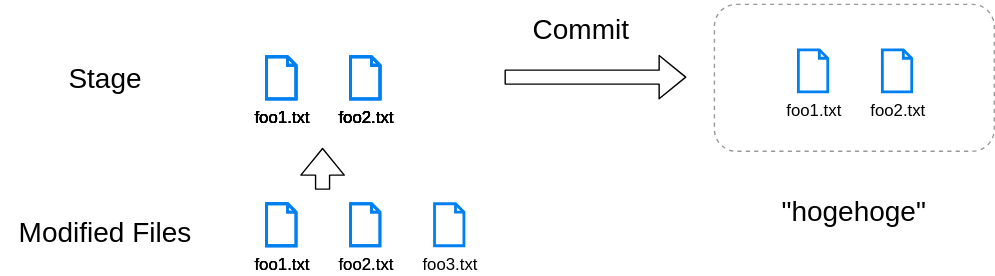
This is slidev/drawio/wf_commit.svg from kazuyanagimoto/github-workshop, a draw.io export, as it was before one commit. Source tidied: cells renumbered, new cells last; positions are measured from the earlier drawing's top-left corner, leaving out a move shared by most shapes.
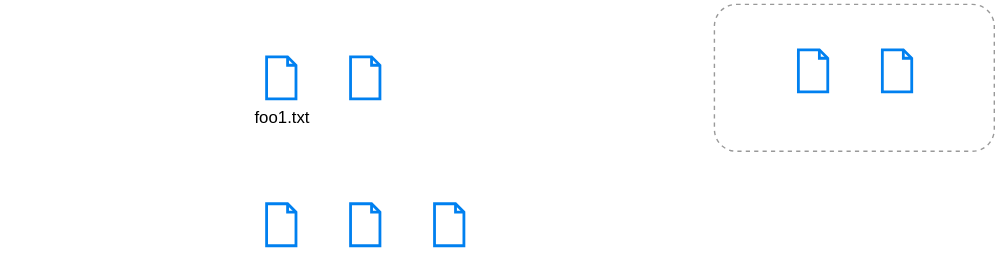
Later version of the same file.

Diff of the diagram source:
```diff
@@ -2,89 +2,53 @@
   <root>
     <mxCell id="0" />
     <mxCell id="1" parent="0" />
-    <mxCell id="2" value="foo1.txt" style="html=1;verticalLabelPosition=bottom;align=center;labelBackgroundColor=none;verticalAlign=top;strokeWidth=2;strokeColor=#0080F0;shadow=0;dashed=0;shape=mxgraph.ios7.icons.document;" parent="1" vertex="1">
-      <mxGeometry x="190" y="145" width="21" height="30" as="geometry" />
-    </mxCell>
-    <mxCell id="3" value="foo2.txt" style="html=1;verticalLabelPosition=bottom;align=center;labelBackgroundColor=none;verticalAlign=top;strokeWidth=2;strokeColor=#0080F0;shadow=0;dashed=0;shape=mxgraph.ios7.icons.document;" parent="1" vertex="1">
-      <mxGeometry x="250" y="145" width="21" height="30" as="geometry" />
-    </mxCell>
-    <mxCell id="4" value="foo3.txt" style="html=1;verticalLabelPosition=bottom;align=center;labelBackgroundColor=none;verticalAlign=top;strokeWidth=2;strokeColor=#0080F0;shadow=0;dashed=0;shape=mxgraph.ios7.icons.document;fillColor=none;" parent="1" vertex="1">
+    <mxCell id="4" value="foo3.txt" style="html=1;verticalLabelPosition=bottom;align=center;labelBackgroundColor=none;verticalAlign=top;strokeWidth=2;strokeColor=#0080F0;shadow=0;dashed=0;shape=mxgraph.ios7.icons.document;fillColor=none;fontColor=#FFFFFF;" parent="1" vertex="1">
       <mxGeometry x="310" y="145" width="21" height="30" as="geometry" />
     </mxCell>
-    <mxCell id="5" value="Modified Files" style="text;html=1;strokeColor=none;fillColor=none;align=center;verticalAlign=middle;whiteSpace=wrap;rounded=0;labelBackgroundColor=none;fontSize=20;" parent="1" vertex="1">
+    <mxCell id="5" value="Modified Files" style="text;html=1;strokeColor=none;fillColor=none;align=center;verticalAlign=middle;whiteSpace=wrap;rounded=0;labelBackgroundColor=none;fontSize=20;fontColor=#FFFFFF;" parent="1" vertex="1">
       <mxGeometry y="145" width="150" height="40" as="geometry" />
     </mxCell>
-    <mxCell id="6" value="Stage" style="text;html=1;strokeColor=none;fillColor=none;align=center;verticalAlign=middle;whiteSpace=wrap;rounded=0;labelBackgroundColor=none;fontSize=20;" parent="1" vertex="1">
+    <mxCell id="6" value="Stage" style="text;html=1;strokeColor=none;fillColor=none;align=center;verticalAlign=middle;whiteSpace=wrap;rounded=0;labelBackgroundColor=none;fontSize=20;fontColor=#FFFFFF;" parent="1" vertex="1">
       <mxGeometry y="35" width="150" height="40" as="geometry" />
     </mxCell>
-    <mxCell id="7" value="foo1.txt" style="html=1;verticalLabelPosition=bottom;align=center;labelBackgroundColor=none;verticalAlign=top;strokeWidth=2;strokeColor=#0080F0;shadow=0;dashed=0;shape=mxgraph.ios7.icons.document;" parent="1" vertex="1">
+    <mxCell id="7" value="foo1.txt" style="html=1;verticalLabelPosition=bottom;align=center;labelBackgroundColor=none;verticalAlign=top;strokeWidth=2;strokeColor=#0080F0;shadow=0;dashed=0;shape=mxgraph.ios7.icons.document;fillColor=none;" parent="1" vertex="1">
       <mxGeometry x="190" y="40" width="21" height="30" as="geometry" />
     </mxCell>
-    <mxCell id="8" value="foo2.txt" style="html=1;verticalLabelPosition=bottom;align=center;labelBackgroundColor=none;verticalAlign=top;strokeWidth=2;strokeColor=#0080F0;shadow=0;dashed=0;shape=mxgraph.ios7.icons.document;" parent="1" vertex="1">
-      <mxGeometry x="250" y="40" width="21" height="30" as="geometry" />
-    </mxCell>
-    <mxCell id="9" style="shape=flexArrow;endArrow=classic;html=1;fontSize=20;" parent="1" edge="1">
+    <mxCell id="9" style="shape=flexArrow;endArrow=classic;html=1;fontSize=20;strokeColor=#FFFFFF;strokeWidth=2;" parent="1" edge="1">
       <mxGeometry relative="1" as="geometry">
         <mxPoint x="230" y="135" as="sourcePoint" />
         <mxPoint x="230" y="105" as="targetPoint" />
       </mxGeometry>
     </mxCell>
-    <mxCell id="10" style="shape=flexArrow;endArrow=classic;html=1;fontSize=20;" parent="1" edge="1">
+    <mxCell id="10" style="shape=flexArrow;endArrow=classic;html=1;fontSize=20;strokeWidth=2;strokeColor=#FFFFFF;" parent="1" edge="1">
       <mxGeometry relative="1" as="geometry">
         <mxPoint x="360" y="54.5" as="sourcePoint" />
         <mxPoint x="490" y="54.5" as="targetPoint" />
       </mxGeometry>
     </mxCell>
-    <mxCell id="11" value="Commit" style="text;html=1;strokeColor=none;fillColor=none;align=center;verticalAlign=middle;whiteSpace=wrap;rounded=0;labelBackgroundColor=none;fontSize=20;" parent="1" vertex="1">
+    <mxCell id="11" value="Commit" style="text;html=1;strokeColor=none;fillColor=none;align=center;verticalAlign=middle;whiteSpace=wrap;rounded=0;labelBackgroundColor=none;fontSize=20;fontColor=#FFFFFF;" parent="1" vertex="1">
       <mxGeometry x="340" width="150" height="40" as="geometry" />
     </mxCell>
-    <mxCell id="12" value="foo1.txt" style="html=1;verticalLabelPosition=bottom;align=center;labelBackgroundColor=none;verticalAlign=top;strokeWidth=2;strokeColor=#0080F0;shadow=0;dashed=0;shape=mxgraph.ios7.icons.document;" parent="1" vertex="1">
+    <mxCell id="12" value="foo1.txt" style="html=1;verticalLabelPosition=bottom;align=center;labelBackgroundColor=none;verticalAlign=top;strokeWidth=2;strokeColor=#0080F0;shadow=0;dashed=0;shape=mxgraph.ios7.icons.document;fillColor=none;fontColor=#FFFFFF;" parent="1" vertex="1">
       <mxGeometry x="570" y="35" width="21" height="30" as="geometry" />
     </mxCell>
-    <mxCell id="13" value="foo2.txt" style="html=1;verticalLabelPosition=bottom;align=center;labelBackgroundColor=none;verticalAlign=top;strokeWidth=2;strokeColor=#0080F0;shadow=0;dashed=0;shape=mxgraph.ios7.icons.document;" parent="1" vertex="1">
+    <mxCell id="13" value="foo2.txt" style="html=1;verticalLabelPosition=bottom;align=center;labelBackgroundColor=none;verticalAlign=top;strokeWidth=2;strokeColor=#0080F0;shadow=0;dashed=0;shape=mxgraph.ios7.icons.document;fillColor=none;fontColor=#FFFFFF;" parent="1" vertex="1">
       <mxGeometry x="630" y="35" width="21" height="30" as="geometry" />
     </mxCell>
     <mxCell id="14" style="rounded=1;whiteSpace=wrap;html=1;fontSize=16;strokeColor=#999999;dashed=1;fillColor=none;" parent="1" vertex="1">
       <mxGeometry x="510" y="2.5" width="200" height="105" as="geometry" />
     </mxCell>
-    <mxCell id="15" value="&quot;hogehoge&quot;" style="text;html=1;strokeColor=none;fillColor=none;align=center;verticalAlign=middle;whiteSpace=wrap;rounded=0;labelBackgroundColor=none;fontSize=20;" parent="1" vertex="1">
+    <mxCell id="15" value="&quot;hogehoge&quot;" style="text;html=1;strokeColor=none;fillColor=none;align=center;verticalAlign=middle;whiteSpace=wrap;rounded=0;labelBackgroundColor=none;fontSize=20;fontColor=#FFFFFF;" parent="1" vertex="1">
       <mxGeometry x="530" y="135" width="160" height="30" as="geometry" />
     </mxCell>
-    <mxCell id="16" value="foo1.txt" style="html=1;verticalLabelPosition=bottom;align=center;labelBackgroundColor=none;verticalAlign=top;strokeWidth=2;strokeColor=#0080F0;shadow=0;dashed=0;shape=mxgraph.ios7.icons.document;" parent="1" vertex="1">
-      <mxGeometry x="190" y="40" width="21" height="30" as="geometry" />
-    </mxCell>
-    <mxCell id="17" value="foo2.txt" style="html=1;verticalLabelPosition=bottom;align=center;labelBackgroundColor=none;verticalAlign=top;strokeWidth=2;strokeColor=#0080F0;shadow=0;dashed=0;shape=mxgraph.ios7.icons.document;" parent="1" vertex="1">
-      <mxGeometry x="250" y="40" width="21" height="30" as="geometry" />
-    </mxCell>
-    <mxCell id="18" value="foo1.txt" style="html=1;verticalLabelPosition=bottom;align=center;labelBackgroundColor=none;verticalAlign=top;strokeWidth=2;strokeColor=#0080F0;shadow=0;dashed=0;shape=mxgraph.ios7.icons.document;" parent="1" vertex="1">
-      <mxGeometry x="190" y="40" width="21" height="30" as="geometry" />
-    </mxCell>
-    <mxCell id="19" value="foo2.txt" style="html=1;verticalLabelPosition=bottom;align=center;labelBackgroundColor=none;verticalAlign=top;strokeWidth=2;strokeColor=#0080F0;shadow=0;dashed=0;shape=mxgraph.ios7.icons.document;" parent="1" vertex="1">
-      <mxGeometry x="250" y="40" width="21" height="30" as="geometry" />
-    </mxCell>
-    <mxCell id="20" value="foo1.txt" style="html=1;verticalLabelPosition=bottom;align=center;labelBackgroundColor=none;verticalAlign=top;strokeWidth=2;strokeColor=#0080F0;shadow=0;dashed=0;shape=mxgraph.ios7.icons.document;" parent="1" vertex="1">
-      <mxGeometry x="190" y="145" width="21" height="30" as="geometry" />
-    </mxCell>
-    <mxCell id="21" value="foo1.txt" style="html=1;verticalLabelPosition=bottom;align=center;labelBackgroundColor=none;verticalAlign=top;strokeWidth=2;strokeColor=#0080F0;shadow=0;dashed=0;shape=mxgraph.ios7.icons.document;fillColor=none;" parent="1" vertex="1">
-      <mxGeometry x="190" y="40" width="21" height="30" as="geometry" />
-    </mxCell>
-    <mxCell id="22" value="foo2.txt" style="html=1;verticalLabelPosition=bottom;align=center;labelBackgroundColor=none;verticalAlign=top;strokeWidth=2;strokeColor=#0080F0;shadow=0;dashed=0;shape=mxgraph.ios7.icons.document;fillColor=none;" parent="1" vertex="1">
-      <mxGeometry x="250" y="40" width="21" height="30" as="geometry" />
-    </mxCell>
-    <mxCell id="23" value="foo1.txt" style="html=1;verticalLabelPosition=bottom;align=center;labelBackgroundColor=none;verticalAlign=top;strokeWidth=2;strokeColor=#0080F0;shadow=0;dashed=0;shape=mxgraph.ios7.icons.document;fillColor=none;" parent="1" vertex="1">
+    <mxCell id="23" value="foo1.txt" style="html=1;verticalLabelPosition=bottom;align=center;labelBackgroundColor=none;verticalAlign=top;strokeWidth=2;strokeColor=#0080F0;shadow=0;dashed=0;shape=mxgraph.ios7.icons.document;fillColor=none;fontColor=#FFFFFF;" parent="1" vertex="1">
       <mxGeometry x="190" y="145" width="21" height="30" as="geometry" />
     </mxCell>
-    <mxCell id="24" value="foo2.txt" style="html=1;verticalLabelPosition=bottom;align=center;labelBackgroundColor=none;verticalAlign=top;strokeWidth=2;strokeColor=#0080F0;shadow=0;dashed=0;shape=mxgraph.ios7.icons.document;fillColor=none;" parent="1" vertex="1">
+    <mxCell id="24" value="foo2.txt" style="html=1;verticalLabelPosition=bottom;align=center;labelBackgroundColor=none;verticalAlign=top;strokeWidth=2;shadow=0;dashed=0;shape=mxgraph.ios7.icons.document;fillColor=none;fontColor=#FFFFFF;strokeColor=#0080F0;" parent="1" vertex="1">
       <mxGeometry x="250" y="145" width="21" height="30" as="geometry" />
     </mxCell>
-    <mxCell id="25" value="foo2.txt" style="html=1;verticalLabelPosition=bottom;align=center;labelBackgroundColor=none;verticalAlign=top;strokeWidth=2;strokeColor=#0080F0;shadow=0;dashed=0;shape=mxgraph.ios7.icons.document;fillColor=none;" parent="1" vertex="1">
-      <mxGeometry x="250" y="40" width="21" height="30" as="geometry" />
-    </mxCell>
-    <mxCell id="26" value="foo2.txt" style="html=1;verticalLabelPosition=bottom;align=center;labelBackgroundColor=none;verticalAlign=top;strokeWidth=2;shadow=0;dashed=0;shape=mxgraph.ios7.icons.document;fillColor=none;strokeColor=none;" parent="1" vertex="1">
+    <mxCell id="26" value="foo2.txt" style="html=1;verticalLabelPosition=bottom;align=center;labelBackgroundColor=none;verticalAlign=top;strokeWidth=2;shadow=0;dashed=0;shape=mxgraph.ios7.icons.document;fontColor=#ffffff;fillColor=none;strokeColor=#0080F0;" parent="1" vertex="1">
       <mxGeometry x="250" y="40" width="21" height="30" as="geometry" />
     </mxCell>
-    <mxCell id="27" value="foo1.txt" style="html=1;verticalLabelPosition=bottom;align=center;labelBackgroundColor=none;verticalAlign=top;strokeWidth=2;strokeColor=#0080F0;shadow=0;dashed=0;shape=mxgraph.ios7.icons.document;fillColor=none;" parent="1" vertex="1">
-      <mxGeometry x="190" y="40" width="21" height="30" as="geometry" />
-    </mxCell>
   </root>
 </mxGraphModel>
```
